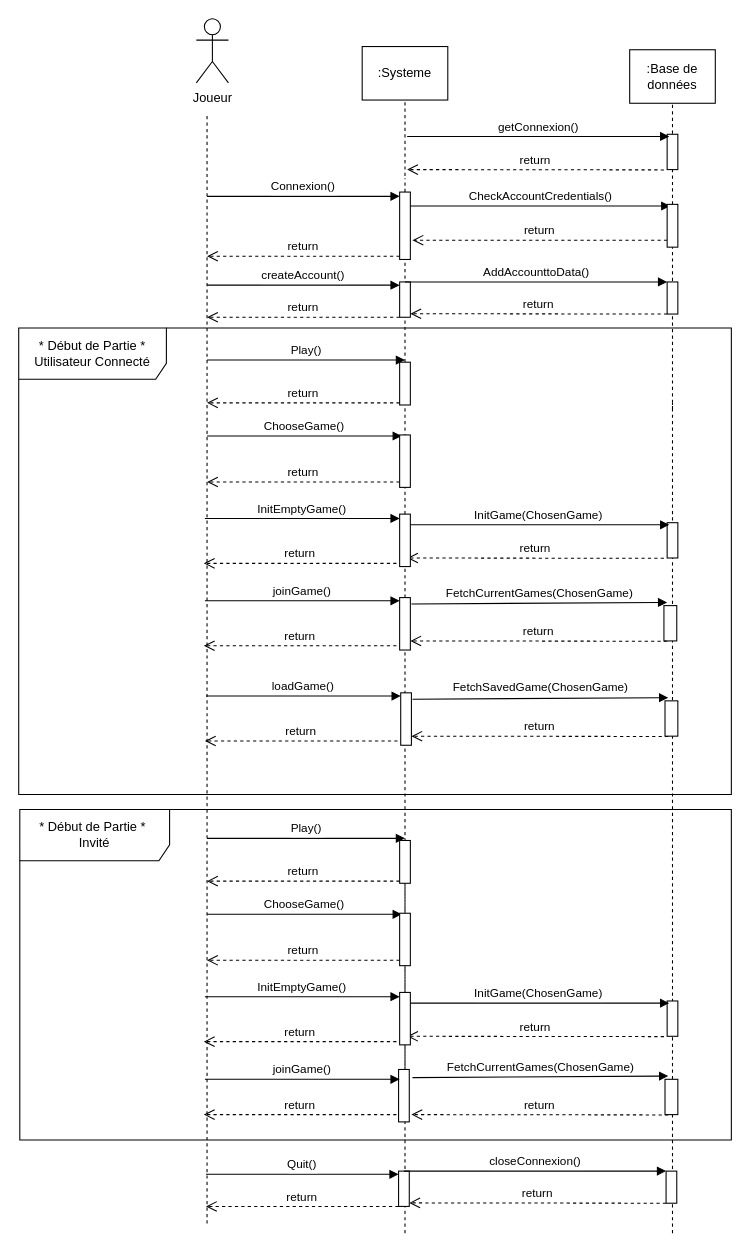
Above: Diagrams/Sequence Diagram Main Interactions.drawio in MailineN/ProjetInfo2A (draw.io), before the change. Source tidied: cells renumbered, new cells numbered last; positions are measured from the earlier drawing's top-left corner, leaving out a move shared by most shapes. Both pictures are drawn from the tidied source at 107%, with x=0, y=0 at pixel (18, 18).
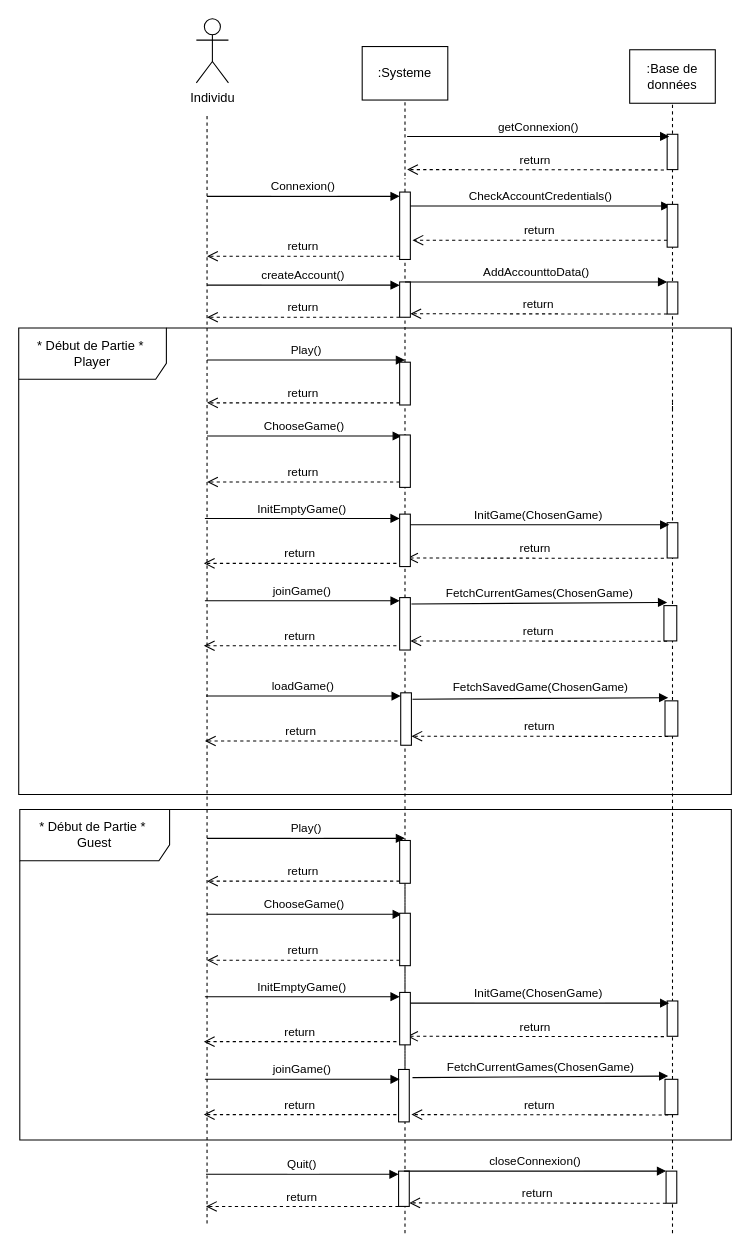
Above is the later version.

The edit, as a diff of the source:
```diff
@@
-    <mxCell id="2" value="* Début de Partie *&amp;nbsp;&lt;br&gt;Invité" style="shape=umlFrame;whiteSpace=wrap;html=1;fillColor=none;width=140;height=48;" parent="1" vertex="1">
+    <mxCell id="2" value="* Début de Partie *&amp;nbsp;&lt;br&gt;Guest" style="shape=umlFrame;whiteSpace=wrap;html=1;fillColor=none;width=140;height=48;" parent="1" vertex="1">
       <mxGeometry x="1" y="739" width="665" height="309" as="geometry" />
     </mxCell>
-    <mxCell id="3" value="* Début de Partie * Utilisateur Connecté" style="shape=umlFrame;whiteSpace=wrap;html=1;fillColor=none;width=138;height=48;" parent="1" vertex="1">
+    <mxCell id="3" value="* Début de Partie *&amp;nbsp;&lt;br&gt;Player" style="shape=umlFrame;whiteSpace=wrap;html=1;fillColor=none;width=138;height=48;" parent="1" vertex="1">
       <mxGeometry y="289" width="666" height="436" as="geometry" />
     </mxCell>
-    <mxCell id="4" value="Joueur" style="shape=umlActor;verticalLabelPosition=bottom;verticalAlign=top;html=1;" parent="1" vertex="1">
+    <mxCell id="4" value="Individu" style="shape=umlActor;verticalLabelPosition=bottom;verticalAlign=top;html=1;" parent="1" vertex="1">
       <mxGeometry x="166" width="30" height="60" as="geometry" />
     </mxCell>
```
